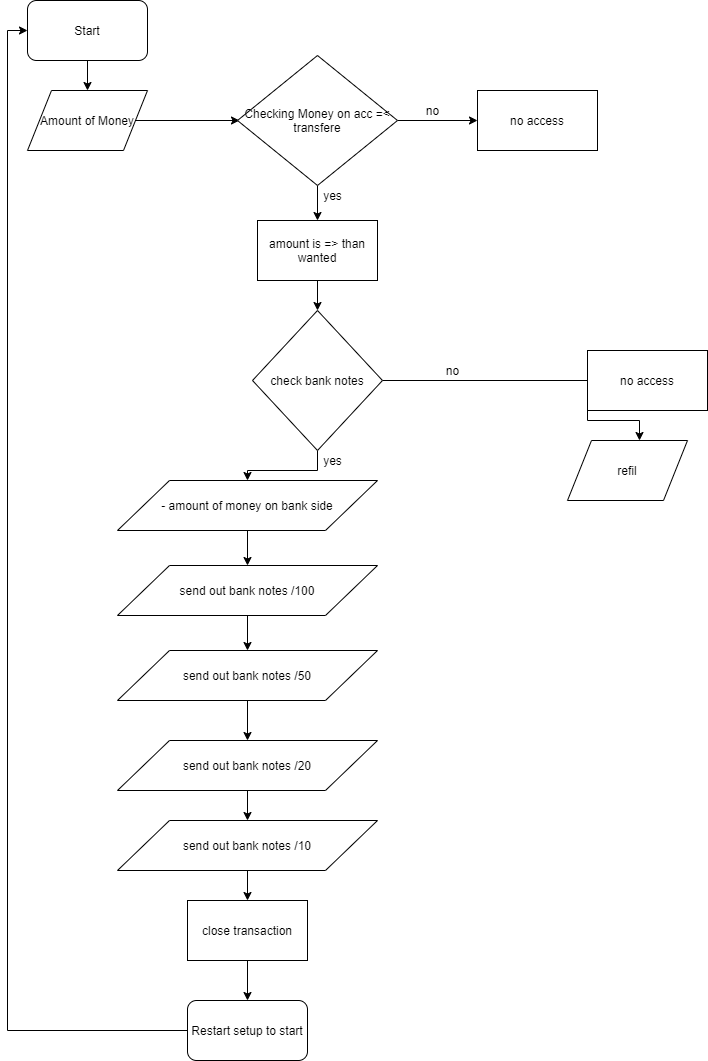
Before: Patrick/imATM.png, a diagram exported from draw.io (Carina20/CFLMS-Algorithms-Day01-Jurgovsky-Miglar). Source tidied: cells renumbered, new cells last; positions are measured from the earlier drawing's top-left corner, leaving out a move shared by most shapes.
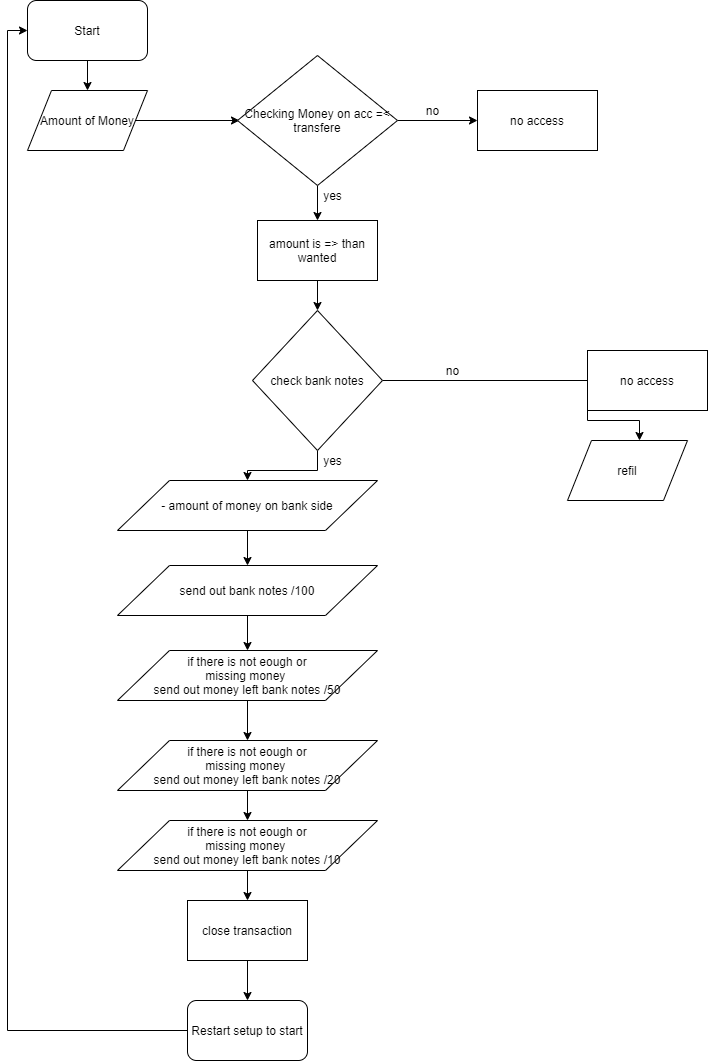
Above is the later version.

Diff of the diagram source:
```diff
@@ -83,19 +83,19 @@
     <mxCell id="25" style="edgeStyle=orthogonalEdgeStyle;rounded=0;jettySize=auto;html=1;" parent="1" edge="1" source="26" target="28">
       <mxGeometry relative="1" as="geometry" />
     </mxCell>
-    <mxCell id="26" value="send out bank notes /50" style="shape=parallelogram;perimeter=parallelogramPerimeter;whiteSpace=wrap;html=1;" parent="1" vertex="1">
+    <mxCell id="26" value="if there is not eough or&lt;br&gt;missing money &lt;br&gt;send out money left&amp;nbsp;bank notes /50" style="shape=parallelogram;perimeter=parallelogramPerimeter;whiteSpace=wrap;html=1;" parent="1" vertex="1">
       <mxGeometry x="90" y="650" width="260" height="50" as="geometry" />
     </mxCell>
     <mxCell id="27" style="edgeStyle=orthogonalEdgeStyle;rounded=0;jettySize=auto;html=1;" parent="1" edge="1" source="28" target="30">
       <mxGeometry relative="1" as="geometry" />
     </mxCell>
-    <mxCell id="28" value="send out bank notes /20" style="shape=parallelogram;perimeter=parallelogramPerimeter;whiteSpace=wrap;html=1;" parent="1" vertex="1">
+    <mxCell id="28" value="if there is not eough or&lt;br&gt;missing money&amp;nbsp;&lt;br&gt;send out money left bank notes /20" style="shape=parallelogram;perimeter=parallelogramPerimeter;whiteSpace=wrap;html=1;" parent="1" vertex="1">
       <mxGeometry x="90" y="740" width="260" height="50" as="geometry" />
     </mxCell>
     <mxCell id="29" style="edgeStyle=orthogonalEdgeStyle;rounded=0;jettySize=auto;html=1;" parent="1" edge="1" source="30" target="32">
       <mxGeometry relative="1" as="geometry" />
     </mxCell>
-    <mxCell id="30" value="send out bank notes /10" style="shape=parallelogram;perimeter=parallelogramPerimeter;whiteSpace=wrap;html=1;" parent="1" vertex="1">
+    <mxCell id="30" value="if there is not eough or&lt;br&gt;missing money&amp;nbsp;&lt;br&gt;send out money left&amp;nbsp;bank notes /10" style="shape=parallelogram;perimeter=parallelogramPerimeter;whiteSpace=wrap;html=1;" parent="1" vertex="1">
       <mxGeometry x="90" y="820" width="260" height="50" as="geometry" />
     </mxCell>
     <mxCell id="31" style="edgeStyle=orthogonalEdgeStyle;rounded=0;jettySize=auto;html=1;" parent="1" edge="1" source="32" target="34">
```
